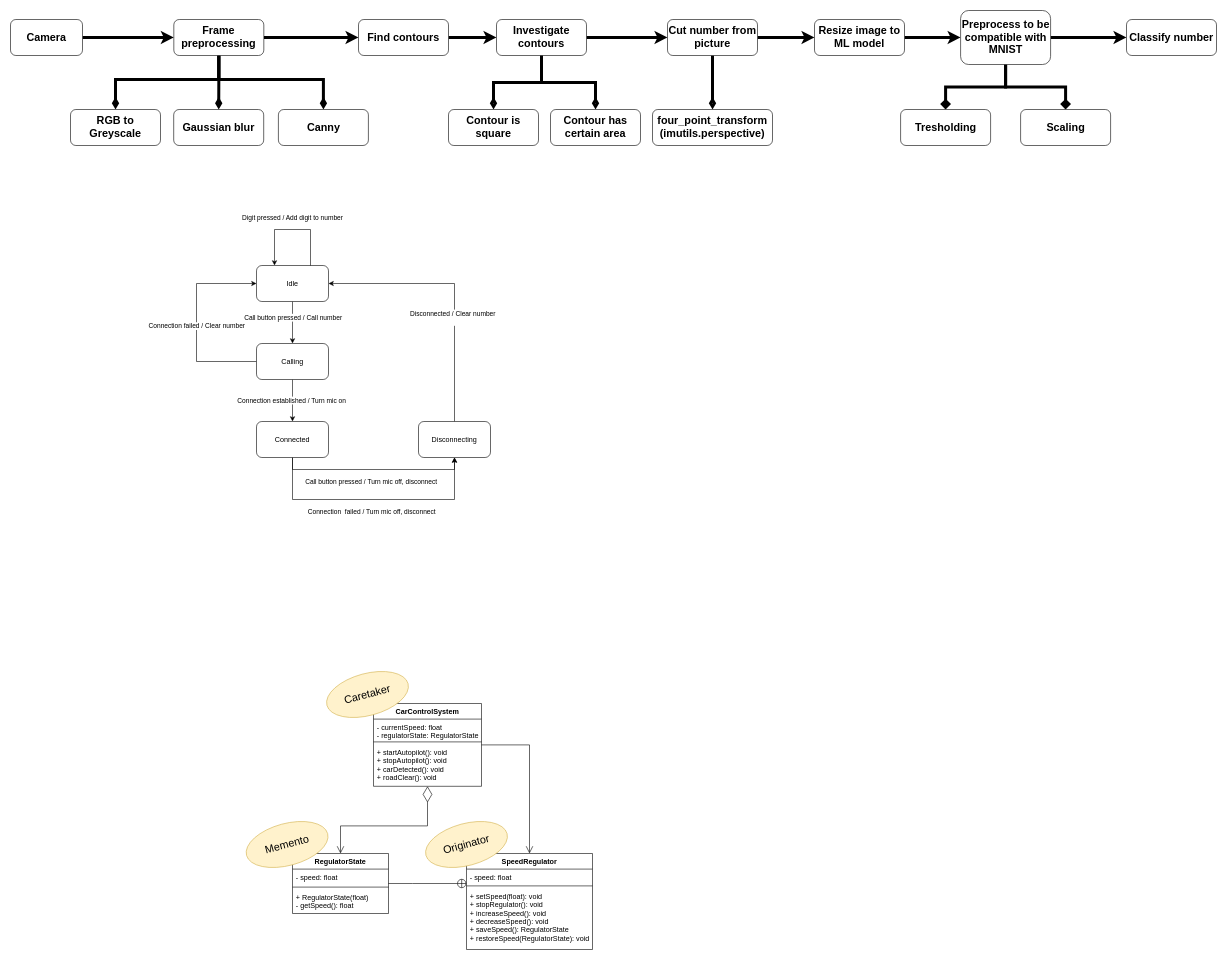
Above: MementoPattern.drawio in kehlet10/TheMementoPatternCarControl (draw.io), before the change. Source tidied: cells renumbered, new cells numbered last; positions are measured from the earlier drawing's top-left corner, leaving out a move shared by most shapes. Both pictures are drawn from the tidied source at 60%, with x=0, y=0 at pixel (10, 10).
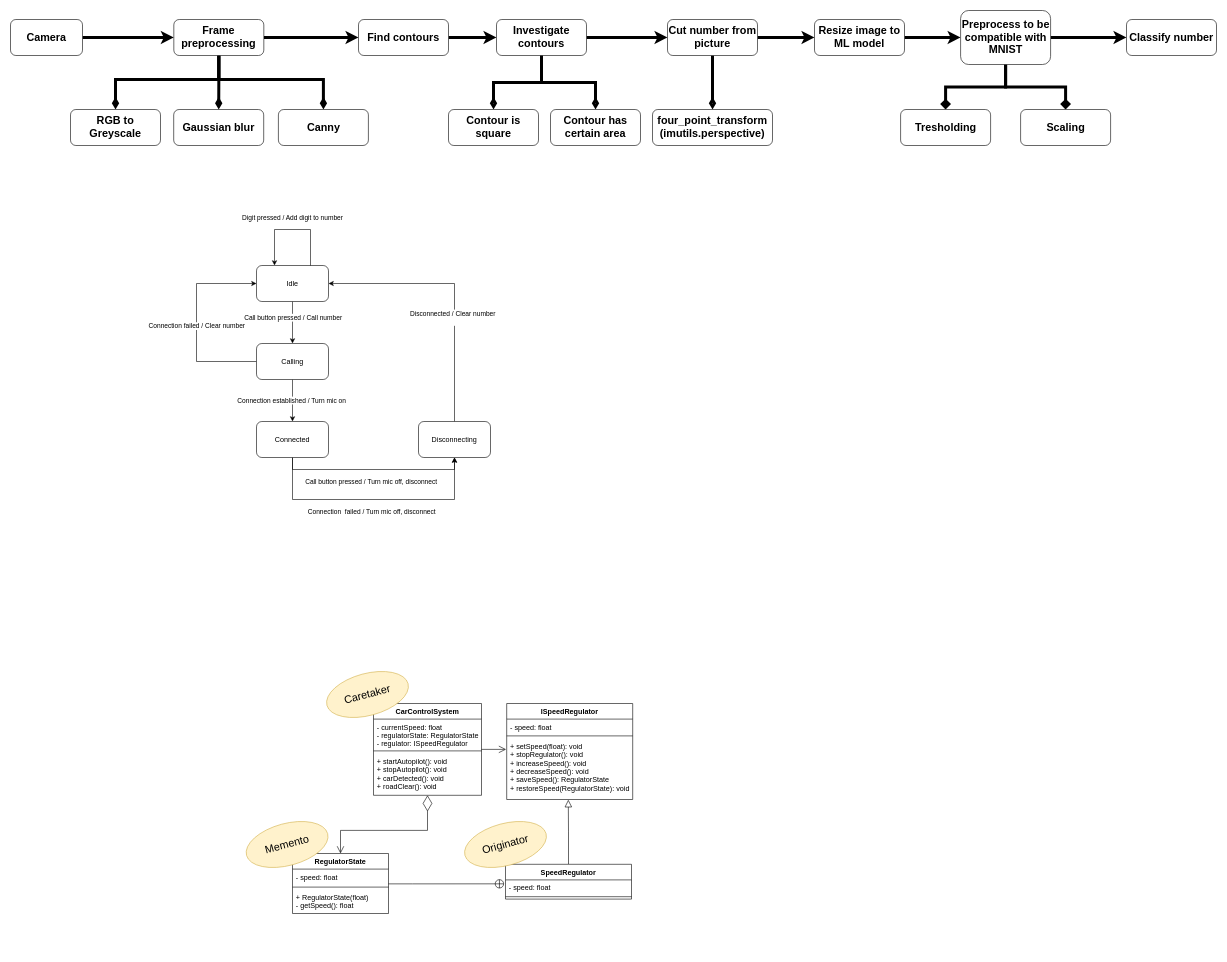
The same page after the edit.

The change refers to these unchanged cells:
```xml
<mxCell id="56" value="RegulatorState" style="swimlane;fontStyle=1;align=center;verticalAlign=top;horizontal=1;startSize=26;" parent="1" vertex="1">
  <mxGeometry x="470" y="1405" width="160" height="100" as="geometry" />
</mxCell>
<mxCell id="61" value="- speed: float" style="text;strokeColor=none;fillColor=none;align=left;verticalAlign=top;spacingLeft=4;spacingRight=4;overflow=hidden;points=[[0,0.5],[1,0.5]];portConstraint=eastwest;" parent="60" vertex="1">
  <mxGeometry y="26" width="210" height="24" as="geometry" />
</mxCell>
<mxCell id="62" style="line;strokeWidth=1;fillColor=none;align=left;verticalAlign=middle;spacingTop=-1;spacingLeft=3;spacingRight=3;labelPosition=right;points=[];portConstraint=eastwest;" parent="60" vertex="1">
  <mxGeometry y="50" width="210" height="8" as="geometry" />
</mxCell>
```

The edit, as a diff of the source:
```diff
@@
-    <mxCell id="50" style="edgeStyle=orthogonalEdgeStyle;rounded=0;jettySize=auto;html=1;entryX=0.5;entryY=0;entryDx=0;entryDy=0;startArrow=none;startFill=0;endArrow=open;endFill=0;startSize=24;endSize=10;" parent="1" edge="1" source="51" target="60">
-      <mxGeometry relative="1" as="geometry">
-        <Array as="points">
-          <mxPoint x="865" y="1224" />
-        </Array>
-      </mxGeometry>
-    </mxCell>
+    <mxCell id="67" style="edgeStyle=orthogonalEdgeStyle;rounded=0;jettySize=auto;html=1;entryX=-0.005;entryY=0.181;entryDx=0;entryDy=0;entryPerimeter=0;fontSize=18;startArrow=none;startFill=0;endArrow=open;endFill=0;startSize=24;endSize=10;" parent="1" edge="1" source="51" target="63">
+      <mxGeometry relative="1" as="geometry" />
+    </mxCell>
     <mxCell id="51" value="CarControlSystem" style="swimlane;fontStyle=1;align=center;verticalAlign=top;horizontal=1;startSize=26;" parent="1" vertex="1">
-      <mxGeometry x="605" y="1155" width="180" height="138" as="geometry" />
+      <mxGeometry x="605" y="1155" width="180" height="153" as="geometry" />
     </mxCell>
-    <mxCell id="52" value="- currentSpeed: float&#10;- regulatorState: RegulatorState" style="text;strokeColor=none;fillColor=none;align=left;verticalAlign=top;spacingLeft=4;spacingRight=4;overflow=hidden;" parent="51" vertex="1">
-      <mxGeometry y="26" width="180" height="34" as="geometry" />
+    <mxCell id="52" value="- currentSpeed: float&#10;- regulatorState: RegulatorState&#10;- regulator: ISpeedRegulator" style="text;strokeColor=none;fillColor=none;align=left;verticalAlign=top;spacingLeft=4;spacingRight=4;overflow=hidden;" parent="51" vertex="1">
+      <mxGeometry y="26" width="180" height="49" as="geometry" />
     </mxCell>
     <mxCell id="53" style="line;strokeWidth=1;fillColor=none;align=left;verticalAlign=middle;spacingTop=-1;spacingLeft=3;spacingRight=3;labelPosition=right;" parent="51" vertex="1">
-      <mxGeometry y="60" width="180" height="8" as="geometry" />
+      <mxGeometry y="75" width="180" height="8" as="geometry" />
     </mxCell>
     <mxCell id="54" value="+ startAutopilot(): void&#10;+ stopAutopilot(): void&#10;+ carDetected(): void&#10;+ roadClear(): void" style="text;strokeColor=none;fillColor=none;align=left;verticalAlign=top;spacingLeft=4;spacingRight=4;overflow=hidden;" parent="51" vertex="1">
-      <mxGeometry y="68" width="180" height="70" as="geometry" />
+      <mxGeometry y="83" width="180" height="70" as="geometry" />
     </mxCell>
-    <mxCell id="55" style="edgeStyle=orthogonalEdgeStyle;rounded=0;jettySize=auto;html=1;endArrow=circlePlus;endFill=0;" parent="1" edge="1" source="56" target="62">
+    <mxCell id="55" style="edgeStyle=orthogonalEdgeStyle;rounded=0;jettySize=auto;html=1;endArrow=circlePlus;endFill=0;entryX=-0.01;entryY=0.273;entryDx=0;entryDy=0;entryPerimeter=0;" parent="1" edge="1" source="56" target="61">
       <mxGeometry relative="1" as="geometry">
         <Array as="points">
-          <mxPoint x="670" y="1455" />
           <mxPoint x="670" y="1455" />
         </Array>
       </mxGeometry>
     </mxCell>
@@
+    <mxCell id="68" style="edgeStyle=orthogonalEdgeStyle;rounded=0;jettySize=auto;html=1;entryX=0.489;entryY=1.004;entryDx=0;entryDy=0;entryPerimeter=0;fontSize=18;startArrow=none;startFill=0;endArrow=block;endFill=0;startSize=24;endSize=10;" parent="1" edge="1" source="60" target="63">
+      <mxGeometry relative="1" as="geometry" />
+    </mxCell>
     <mxCell id="60" value="SpeedRegulator" style="swimlane;fontStyle=1;align=center;verticalAlign=top;horizontal=1;startSize=26;" parent="1" vertex="1">
-      <mxGeometry x="760" y="1405" width="210" height="160" as="geometry" />
+      <mxGeometry x="825" y="1423" width="210" height="58" as="geometry" />
     </mxCell>
@@
-    <mxCell id="63" value="+ setSpeed(float): void&#10;+ stopRegulator(): void&#10;+ increaseSpeed(): void &#10;+ decreaseSpeed(): void&#10;+ saveSpeed(): RegulatorState&#10;+ restoreSpeed(RegulatorState): void" style="text;strokeColor=none;fillColor=none;align=left;verticalAlign=top;spacingLeft=4;spacingRight=4;overflow=hidden;points=[[0,0.5],[1,0.5]];portConstraint=eastwest;" parent="60" vertex="1">
-      <mxGeometry y="58" width="210" height="102" as="geometry" />
-    </mxCell>
@@
     <mxCell id="66" value="&lt;font style=&quot;font-size: 18px&quot;&gt;Originator&lt;/font&gt;" style="ellipse;whiteSpace=wrap;html=1;rotation=-15;fillColor=#fff2cc;strokeColor=#d6b656;" parent="1" vertex="1">
-      <mxGeometry x="690" y="1355" width="140" height="70" as="geometry" />
+      <mxGeometry x="755" y="1355" width="140" height="70" as="geometry" />
     </mxCell>
+    <mxCell id="69" value="ISpeedRegulator" style="swimlane;fontStyle=1;align=center;verticalAlign=top;horizontal=1;startSize=26;" parent="1" vertex="1">
+      <mxGeometry x="827" y="1155" width="210" height="160" as="geometry" />
+    </mxCell>
+    <mxCell id="70" value="- speed: float" style="text;strokeColor=none;fillColor=none;align=left;verticalAlign=top;spacingLeft=4;spacingRight=4;overflow=hidden;" parent="69" vertex="1">
+      <mxGeometry y="26" width="210" height="24" as="geometry" />
+    </mxCell>
+    <mxCell id="71" style="line;strokeWidth=1;fillColor=none;align=left;verticalAlign=middle;spacingTop=-1;spacingLeft=3;spacingRight=3;labelPosition=right;" parent="69" vertex="1">
+      <mxGeometry y="50" width="210" height="8" as="geometry" />
+    </mxCell>
+    <mxCell id="63" value="+ setSpeed(float): void&#10;+ stopRegulator(): void&#10;+ increaseSpeed(): void &#10;+ decreaseSpeed(): void&#10;+ saveSpeed(): RegulatorState&#10;+ restoreSpeed(RegulatorState): void" style="text;strokeColor=none;fillColor=none;align=left;verticalAlign=top;spacingLeft=4;spacingRight=4;overflow=hidden;points=[[0,0.5],[1,0.5]];portConstraint=eastwest;" parent="69" vertex="1">
+      <mxGeometry y="58" width="210" height="102" as="geometry" />
+    </mxCell>
```
